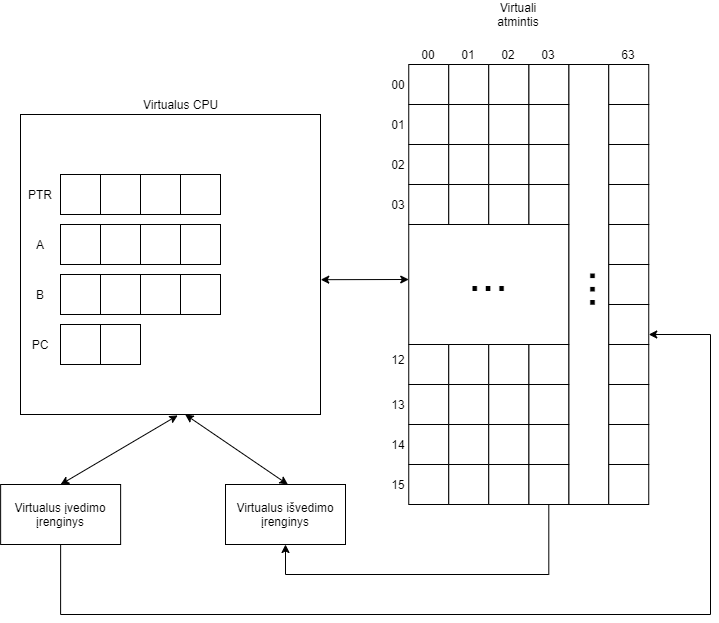
This is 01lab/diagrams/virtual.png from jokubasb/My-OS, a draw.io export, as it was before one commit. Source tidied: cells renumbered, new cells last; positions are measured from the earlier drawing's top-left corner, leaving out a move shared by most shapes.
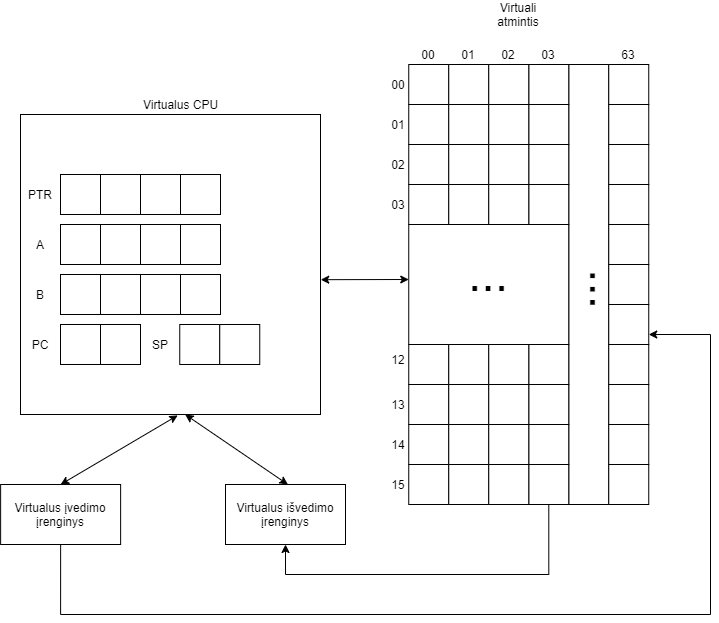
The same diagram one commit later.

Change to the diagram source:
```diff
@@ -283,5 +283,14 @@
     <mxCell id="89" style="whiteSpace=wrap;html=1;" parent="1" vertex="1">
       <mxGeometry x="60" y="170" width="40" height="40" as="geometry" />
     </mxCell>
+    <mxCell id="90" style="whiteSpace=wrap;html=1;" parent="1" vertex="1">
+      <mxGeometry x="179.2" y="320" width="40" height="40" as="geometry" />
+    </mxCell>
+    <mxCell id="91" style="whiteSpace=wrap;html=1;" parent="1" vertex="1">
+      <mxGeometry x="219.2" y="320" width="40" height="40" as="geometry" />
+    </mxCell>
+    <mxCell id="92" value="SP" style="text;html=1;strokeColor=none;fillColor=none;align=center;verticalAlign=middle;whiteSpace=wrap;rounded=0;" parent="1" vertex="1">
+      <mxGeometry x="140" y="330" width="40" height="20" as="geometry" />
+    </mxCell>
   </root>
 </mxGraphModel>
```
